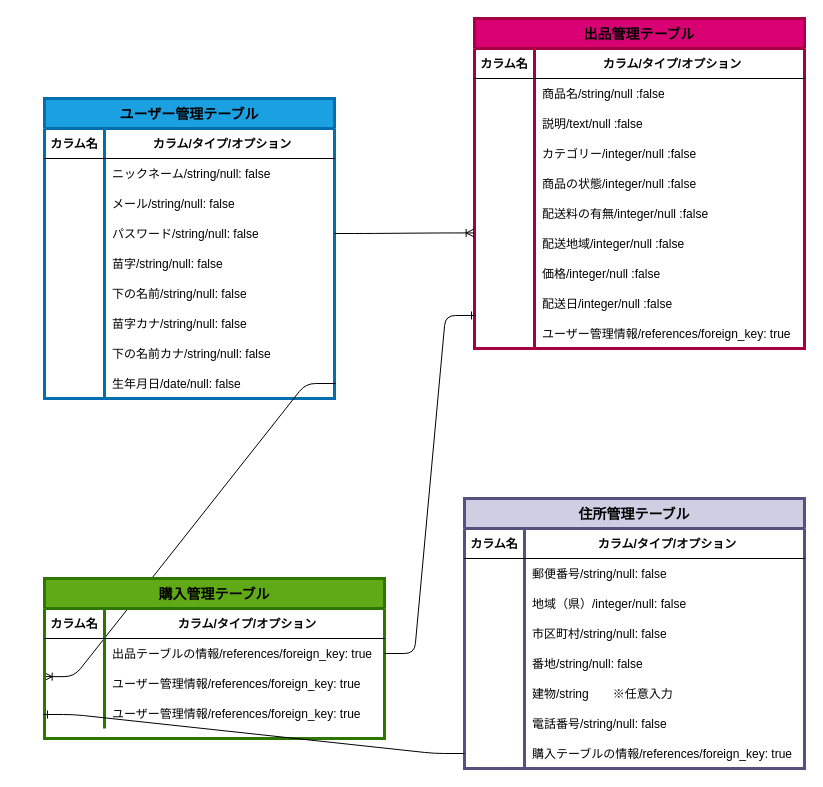
ken0426/furima-30575 keeps this draw.io diagram as test..dio. Above is the earlier version. Source tidied: cells renumbered, new cells numbered last; positions are measured from the earlier drawing's top-left corner, leaving out a move shared by most shapes. Both pictures are drawn from the tidied source at 100%, with x=0, y=0 at pixel (17, 18).
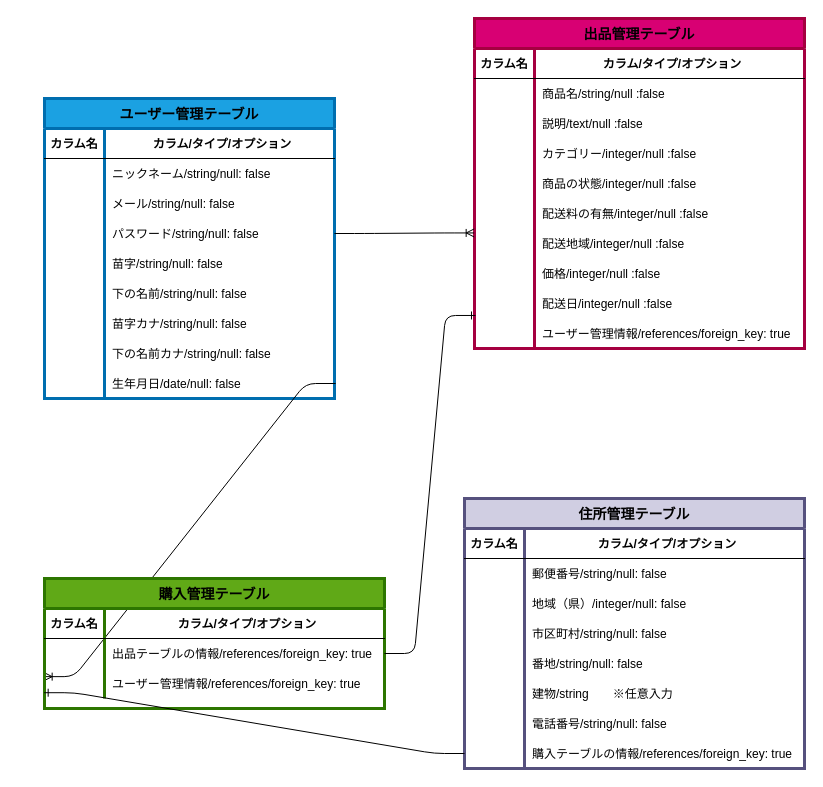
Above is the later version.

Commit message:
テーブル設計の中で「購入テーブル」にユーザー管理情報の記載が2回あったので、一つ削除

Unchanged cells that the change refers to:
```xml
<mxCell id="24" style="shape=partialRectangle;fillColor=none;top=0;left=0;bottom=0;right=0;points=[[0,0.5],[1,0.5]];portConstraint=eastwest;" parent="2" vertex="1">
  <mxGeometry y="240" width="340" height="30" as="geometry" />
</mxCell>
<mxCell id="96" style="shape=partialRectangle;fillColor=none;top=0;left=0;bottom=0;right=0;points=[[0,0.5],[1,0.5]];portConstraint=eastwest;" parent="89" vertex="1">
  <mxGeometry y="90" width="340" height="30" as="geometry" />
</mxCell>
```

Diff of the diagram source:
```diff
@@
     <mxCell id="89" value="購入管理テーブル" style="shape=table;startSize=30;childLayout=tableLayout;rowLines=0;fontStyle=1;align=center;fontSize=14;fillColor=#60a917;strokeColor=#2D7600;fontColor=#000000;strokeWidth=3;" parent="1" vertex="1">
-      <mxGeometry x="27" y="560" width="340" height="160" as="geometry" />
+      <mxGeometry x="27" y="560" width="340" height="130" as="geometry" />
     </mxCell>
@@
-    <mxCell id="99" style="shape=partialRectangle;fillColor=none;top=0;left=0;bottom=0;right=0;points=[[0,0.5],[1,0.5]];portConstraint=eastwest;" parent="89" vertex="1">
-      <mxGeometry y="120" width="340" height="30" as="geometry" />
-    </mxCell>
-    <mxCell id="100" style="shape=partialRectangle;fillColor=none;top=0;left=0;bottom=0;right=0;overflow=hidden;" parent="99" vertex="1">
-      <mxGeometry width="60" height="30" as="geometry" />
-    </mxCell>
-    <mxCell id="101" value="ユーザー管理情報/references/foreign_key: true" style="shape=partialRectangle;fillColor=none;top=0;left=0;bottom=0;right=0;align=left;spacingLeft=6;overflow=hidden;" parent="99" vertex="1">
-      <mxGeometry x="60" width="280" height="30" as="geometry" />
-    </mxCell>
@@
-    <mxCell id="103" style="edgeStyle=entityRelationEdgeStyle;fontSize=12;endArrow=ERone;endFill=1;rounded=1;startFill=1;entryX=-0.003;entryY=0.533;entryDx=0;entryDy=0;entryPerimeter=0;" parent="1" edge="1" source="24" target="99">
+    <mxCell id="103" style="edgeStyle=entityRelationEdgeStyle;fontSize=12;endArrow=ERone;endFill=1;rounded=1;startFill=1;entryX=-0.001;entryY=0.807;entryDx=0;entryDy=0;entryPerimeter=0;" parent="1" edge="1" source="24" target="96">
       <mxGeometry relative="1" as="geometry" />
     </mxCell>
```
